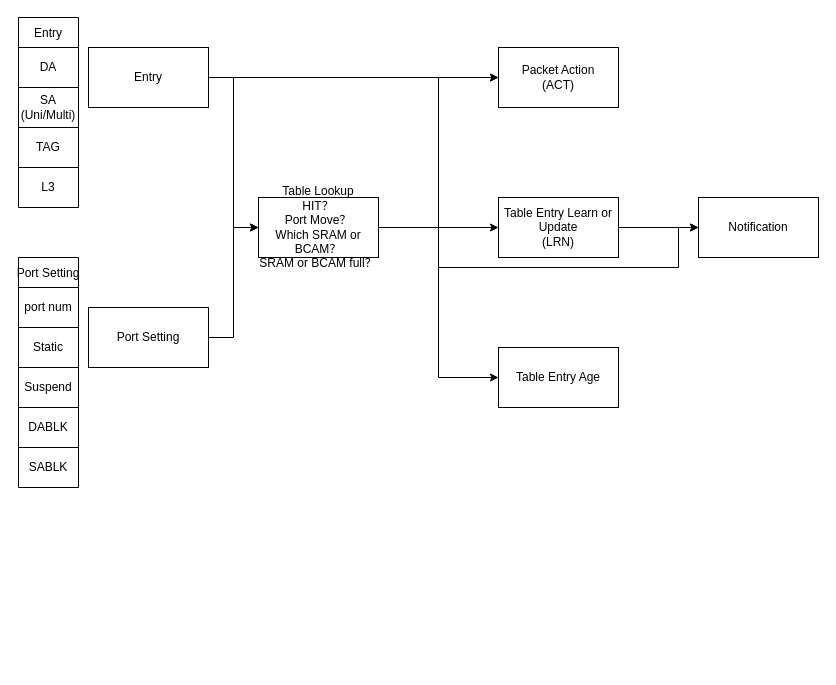
Before: Untitled Diagram.drawio in NotSmall/hello-world, a draw.io diagram. Source tidied: cells renumbered, new cells numbered last; positions are measured from the earlier drawing's top-left corner, leaving out a move shared by most shapes. Both pictures are drawn from the tidied source at 100%, with x=0, y=0 at pixel (18, 17).
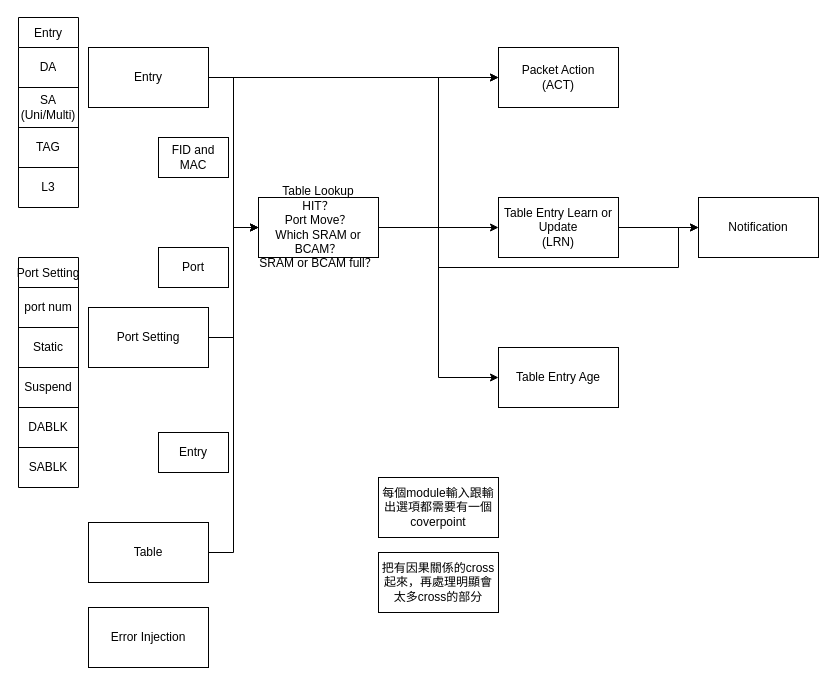
The same diagram, later.

The change refers to these unchanged cells:
```xml
<mxCell id="11" value="Table Lookup&lt;br&gt;HIT？&lt;br&gt;Port Move？&lt;br&gt;Which SRAM or BCAM？&lt;br&gt;SRAM or BCAM full？" style="rounded=0;whiteSpace=wrap;html=1;" parent="1" vertex="1">
  <mxGeometry x="240" y="180" width="120" height="60" as="geometry" />
</mxCell>
```

Change to the diagram source:
```diff
@@
+    <mxCell id="38" value="FID and MAC" style="rounded=0;whiteSpace=wrap;html=1;gradientColor=none;" parent="1" vertex="1">
+      <mxGeometry x="140" y="120" width="70" height="40" as="geometry" />
+    </mxCell>
+    <mxCell id="39" value="Port" style="rounded=0;whiteSpace=wrap;html=1;gradientColor=none;" parent="1" vertex="1">
+      <mxGeometry x="140" y="230" width="70" height="40" as="geometry" />
+    </mxCell>
+    <mxCell id="40" style="edgeStyle=orthogonalEdgeStyle;rounded=0;jettySize=auto;html=1;entryX=0;entryY=0.5;entryDx=0;entryDy=0;" parent="1" edge="1" source="41" target="11">
+      <mxGeometry relative="1" as="geometry" />
+    </mxCell>
+    <mxCell id="41" value="Table" style="rounded=0;whiteSpace=wrap;html=1;gradientColor=none;" parent="1" vertex="1">
+      <mxGeometry x="70" y="505" width="120" height="60" as="geometry" />
+    </mxCell>
+    <mxCell id="42" value="Entry" style="rounded=0;whiteSpace=wrap;html=1;gradientColor=none;" parent="1" vertex="1">
+      <mxGeometry x="140" y="415" width="70" height="40" as="geometry" />
+    </mxCell>
+    <mxCell id="43" value="Error Injection" style="rounded=0;whiteSpace=wrap;html=1;gradientColor=none;" parent="1" vertex="1">
+      <mxGeometry x="70" y="590" width="120" height="60" as="geometry" />
+    </mxCell>
+    <mxCell id="44" value="每個module輸入跟輸出選項都需要有一個coverpoint" style="rounded=0;whiteSpace=wrap;html=1;gradientColor=none;" parent="1" vertex="1">
+      <mxGeometry x="360" y="460" width="120" height="60" as="geometry" />
+    </mxCell>
+    <mxCell id="45" value="把有因果關係的cross起來，再處理明顯會太多cross的部分" style="rounded=0;whiteSpace=wrap;html=1;gradientColor=none;" parent="1" vertex="1">
+      <mxGeometry x="360" y="535" width="120" height="60" as="geometry" />
+    </mxCell>
```
